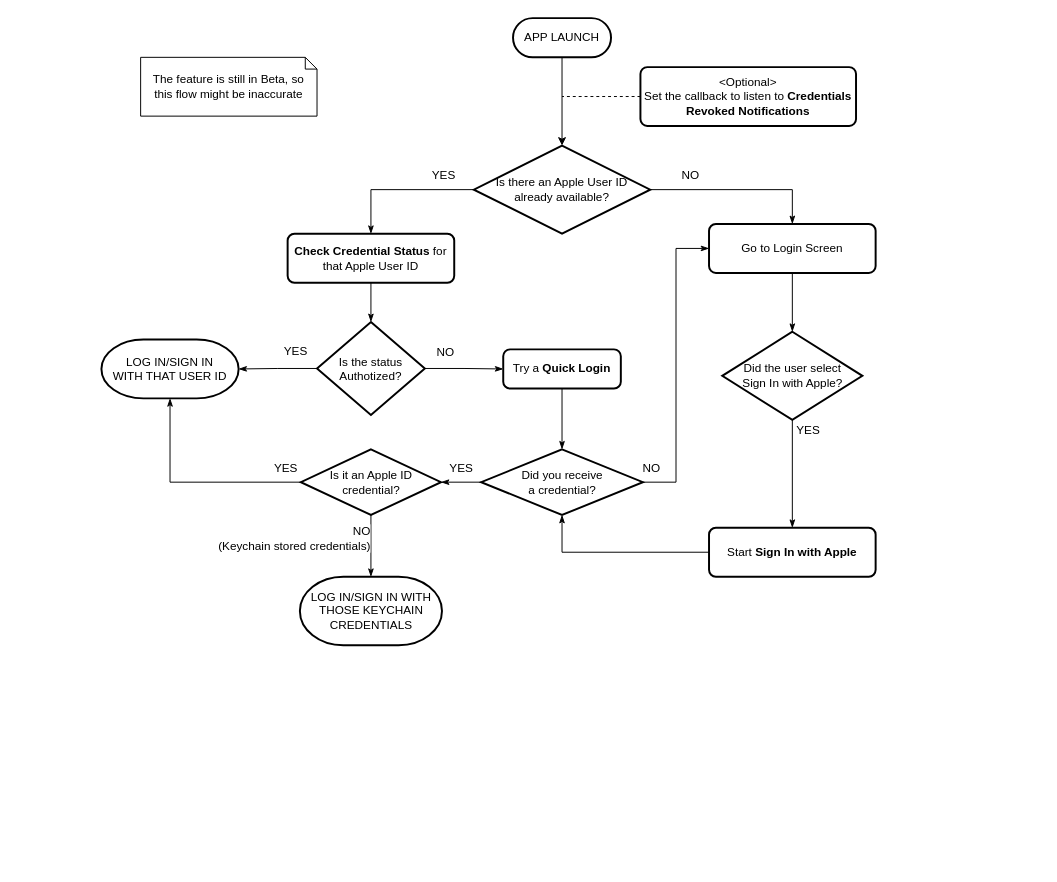
lupidan/apple-signin-unity keeps this draw.io diagram as Img/AppleSignInFlow_v1.drawio. Above is the earlier version. Source tidied: cells renumbered, new cells numbered last; positions are measured from the earlier drawing's top-left corner, leaving out a move shared by most shapes. Both pictures are drawn from the tidied source at 98%, with x=0, y=0 at pixel (101, 18).
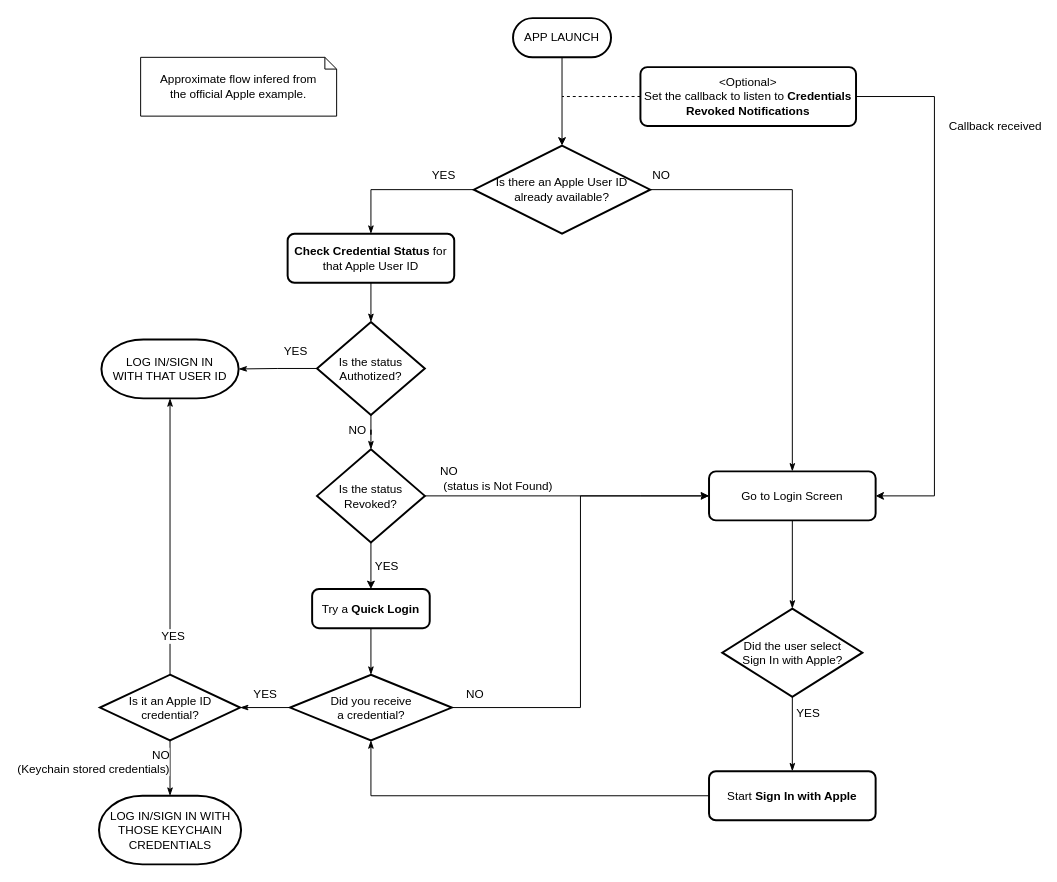
After the change.

Commit message (it also covers changes not shown here):
Updates flow diagram

Unchanged cells that the change refers to:
```xml
<mxCell id="4" style="edgeStyle=orthogonalEdgeStyle;rounded=0;jettySize=auto;html=1;entryX=0.5;entryY=0;entryDx=0;entryDy=0;endArrow=classicThin;endFill=1;" parent="1" edge="1" source="6" target="33">
  <mxGeometry relative="1" as="geometry" />
</mxCell>
<mxCell id="10" value="&lt;div&gt;&amp;lt;Optional&amp;gt;&lt;/div&gt;&lt;div&gt;Set the callback to listen to &lt;b&gt;Credentials Revoked Notifications&lt;/b&gt;&lt;br&gt;&lt;/div&gt;" style="rounded=1;whiteSpace=wrap;html=1;absoluteArcSize=1;arcSize=14;strokeWidth=2;" parent="1" vertex="1">
  <mxGeometry x="550" y="50" width="220" height="60" as="geometry" />
</mxCell>
<mxCell id="17" value="&lt;div&gt;Is the status&lt;/div&gt;&lt;div&gt;Authotized?&lt;/div&gt;" style="strokeWidth=2;html=1;shape=mxgraph.flowchart.decision;whiteSpace=wrap;" parent="1" vertex="1">
  <mxGeometry x="220" y="310" width="110" height="95" as="geometry" />
</mxCell>
<mxCell id="34" style="edgeStyle=orthogonalEdgeStyle;rounded=0;jettySize=auto;html=1;entryX=0.5;entryY=0;entryDx=0;entryDy=0;endArrow=classicThin;endFill=1;" parent="1" edge="1" source="36" target="38">
  <mxGeometry relative="1" as="geometry" />
</mxCell>
```

Diff of the diagram source:
```diff
@@
     <mxCell id="5" value="NO" style="text;html=1;align=center;verticalAlign=middle;labelBackgroundColor=#ffffff;" parent="4" vertex="1">
       <mxGeometry x="-0.61" relative="1" as="geometry">
-        <mxPoint x="5" y="-15" as="offset" />
+        <mxPoint x="-74" y="-15" as="offset" />
       </mxGeometry>
     </mxCell>
@@
+    <mxCell id="40" style="edgeStyle=orthogonalEdgeStyle;rounded=0;jettySize=auto;html=1;entryX=1;entryY=0.5;entryDx=0;entryDy=0;" parent="1" edge="1" source="10" target="33">
+      <mxGeometry relative="1" as="geometry">
+        <Array as="points">
+          <mxPoint x="850" y="80" />
+          <mxPoint x="850" y="488" />
+        </Array>
+      </mxGeometry>
+    </mxCell>
+    <mxCell id="41" value="Callback received" style="text;html=1;align=center;verticalAlign=middle;labelBackgroundColor=#ffffff;" parent="40" vertex="1">
+      <mxGeometry x="-0.84" y="1" relative="1" as="geometry">
+        <mxPoint x="97" y="31" as="offset" />
+      </mxGeometry>
+    </mxCell>
@@
-    <mxCell id="15" style="edgeStyle=orthogonalEdgeStyle;rounded=0;jettySize=auto;html=1;endArrow=classicThin;endFill=1;" parent="1" edge="1" source="17" target="20">
+    <mxCell id="15" style="edgeStyle=orthogonalEdgeStyle;rounded=0;jettySize=auto;html=1;endArrow=classicThin;endFill=1;entryX=0.5;entryY=0;entryDx=0;entryDy=0;entryPerimeter=0;" parent="1" edge="1" source="17" target="46">
       <mxGeometry relative="1" as="geometry" />
     </mxCell>
     <mxCell id="16" value="&lt;div&gt;NO&lt;/div&gt;" style="text;html=1;align=center;verticalAlign=middle;labelBackgroundColor=#ffffff;" parent="15" vertex="1">
       <mxGeometry x="-0.6" y="4" relative="1" as="geometry">
-        <mxPoint x="4" y="-13.5" as="offset" />
+        <mxPoint x="-19" y="6" as="offset" />
       </mxGeometry>
     </mxCell>
@@
     <mxCell id="20" value="Try a &lt;b&gt;Quick Login&lt;/b&gt;" style="rounded=1;whiteSpace=wrap;html=1;absoluteArcSize=1;arcSize=14;strokeWidth=2;" parent="1" vertex="1">
-      <mxGeometry x="410" y="338" width="120" height="40" as="geometry" />
+      <mxGeometry x="215" y="582.5" width="120" height="40" as="geometry" />
     </mxCell>
@@
     <mxCell id="25" value="&lt;div&gt;Did you receive&lt;/div&gt;&lt;div&gt;a credential?&lt;/div&gt;" style="strokeWidth=2;html=1;shape=mxgraph.flowchart.decision;whiteSpace=wrap;" parent="1" vertex="1">
-      <mxGeometry x="387.5" y="440" width="165" height="67" as="geometry" />
+      <mxGeometry x="192.5" y="670" width="165" height="67" as="geometry" />
     </mxCell>
@@
     <mxCell id="30" value="&lt;div&gt;Is it an Apple ID&lt;/div&gt;&lt;div&gt;credential?&lt;/div&gt;" style="strokeWidth=2;html=1;shape=mxgraph.flowchart.decision;whiteSpace=wrap;" parent="1" vertex="1">
-      <mxGeometry x="203.5" y="440" width="143" height="67" as="geometry" />
+      <mxGeometry x="-1.5" y="670" width="143" height="67" as="geometry" />
     </mxCell>
     <mxCell id="31" value="LOG IN/SIGN IN WITH THOSE KEYCHAIN CREDENTIALS" style="strokeWidth=2;html=1;shape=mxgraph.flowchart.terminator;whiteSpace=wrap;" parent="1" vertex="1">
-      <mxGeometry x="202.5" y="570" width="145" height="70" as="geometry" />
+      <mxGeometry x="-2.5" y="793.5" width="145" height="70" as="geometry" />
     </mxCell>
@@
     <mxCell id="33" value="Go to Login Screen" style="rounded=1;whiteSpace=wrap;html=1;absoluteArcSize=1;arcSize=14;strokeWidth=2;" parent="1" vertex="1">
-      <mxGeometry x="620" y="210" width="170" height="50" as="geometry" />
+      <mxGeometry x="620" y="462.5" width="170" height="50" as="geometry" />
     </mxCell>
@@
     <mxCell id="35" value="YES" style="text;html=1;align=center;verticalAlign=middle;labelBackgroundColor=#ffffff;" parent="34" vertex="1">
       <mxGeometry x="0.22" y="1" relative="1" as="geometry">
-        <mxPoint x="14" y="-57" as="offset" />
+        <mxPoint x="14" y="-29.5" as="offset" />
       </mxGeometry>
     </mxCell>
     <mxCell id="36" value="&lt;div&gt;Did the user select&lt;/div&gt;&lt;div&gt;Sign In with Apple?&lt;br&gt;&lt;/div&gt;" style="strokeWidth=2;html=1;shape=mxgraph.flowchart.decision;whiteSpace=wrap;" parent="1" vertex="1">
-      <mxGeometry x="633.5" y="320" width="143" height="90" as="geometry" />
+      <mxGeometry x="633.5" y="602.5" width="143" height="90" as="geometry" />
     </mxCell>
@@
     <mxCell id="38" value="Start &lt;b&gt;Sign In with Apple&lt;/b&gt;" style="rounded=1;whiteSpace=wrap;html=1;absoluteArcSize=1;arcSize=14;strokeWidth=2;" parent="1" vertex="1">
-      <mxGeometry x="620" y="520" width="170" height="50" as="geometry" />
+      <mxGeometry x="620" y="768.5" width="170" height="50" as="geometry" />
     </mxCell>
-    <mxCell id="39" value="The feature is still in Beta, so this flow might be inaccurate" style="shape=note;whiteSpace=wrap;html=1;size=12;verticalAlign=middle;align=center;spacingTop=10;spacingLeft=10;spacingRight=10;spacingBottom=10;" parent="1" vertex="1">
-      <mxGeometry x="40" y="40" width="180" height="60" as="geometry" />
+    <mxCell id="39" value="Approximate flow infered from the official Apple example." style="shape=note;whiteSpace=wrap;html=1;size=12;verticalAlign=middle;align=center;spacingTop=10;spacingLeft=10;spacingRight=10;spacingBottom=10;" parent="1" vertex="1">
+      <mxGeometry x="40" y="40" width="200" height="60" as="geometry" />
     </mxCell>
+    <mxCell id="42" style="edgeStyle=orthogonalEdgeStyle;rounded=0;jettySize=auto;html=1;exitX=0.5;exitY=1;exitDx=0;exitDy=0;exitPerimeter=0;entryX=0.5;entryY=0;entryDx=0;entryDy=0;" parent="1" edge="1" source="46" target="20">
+      <mxGeometry relative="1" as="geometry" />
+    </mxCell>
+    <mxCell id="43" value="YES" style="text;html=1;align=center;verticalAlign=middle;labelBackgroundColor=#ffffff;" parent="42" vertex="1">
+      <mxGeometry x="-0.53" y="1" relative="1" as="geometry">
+        <mxPoint x="14" y="13" as="offset" />
+      </mxGeometry>
+    </mxCell>
+    <mxCell id="44" style="edgeStyle=orthogonalEdgeStyle;rounded=0;jettySize=auto;html=1;entryX=0;entryY=0.5;entryDx=0;entryDy=0;" parent="1" edge="1" source="46" target="33">
+      <mxGeometry relative="1" as="geometry">
+        <Array as="points">
+          <mxPoint x="550" y="488" />
+          <mxPoint x="550" y="488" />
+        </Array>
+      </mxGeometry>
+    </mxCell>
+    <mxCell id="45" value="&lt;div&gt;NO&lt;/div&gt;&lt;div align=&quot;left&quot;&gt;&amp;nbsp;(status is Not Found)&lt;br&gt;&lt;/div&gt;" style="text;html=1;align=left;verticalAlign=middle;labelBackgroundColor=#ffffff;" parent="44" vertex="1">
+      <mxGeometry x="-0.95" y="2" relative="1" as="geometry">
+        <mxPoint x="7" y="-16" as="offset" />
+      </mxGeometry>
+    </mxCell>
+    <mxCell id="46" value="&lt;div&gt;Is the status&lt;/div&gt;&lt;div&gt;Revoked?&lt;/div&gt;" style="strokeWidth=2;html=1;shape=mxgraph.flowchart.decision;whiteSpace=wrap;" parent="1" vertex="1">
+      <mxGeometry x="220" y="440" width="110" height="95" as="geometry" />
+    </mxCell>
```
